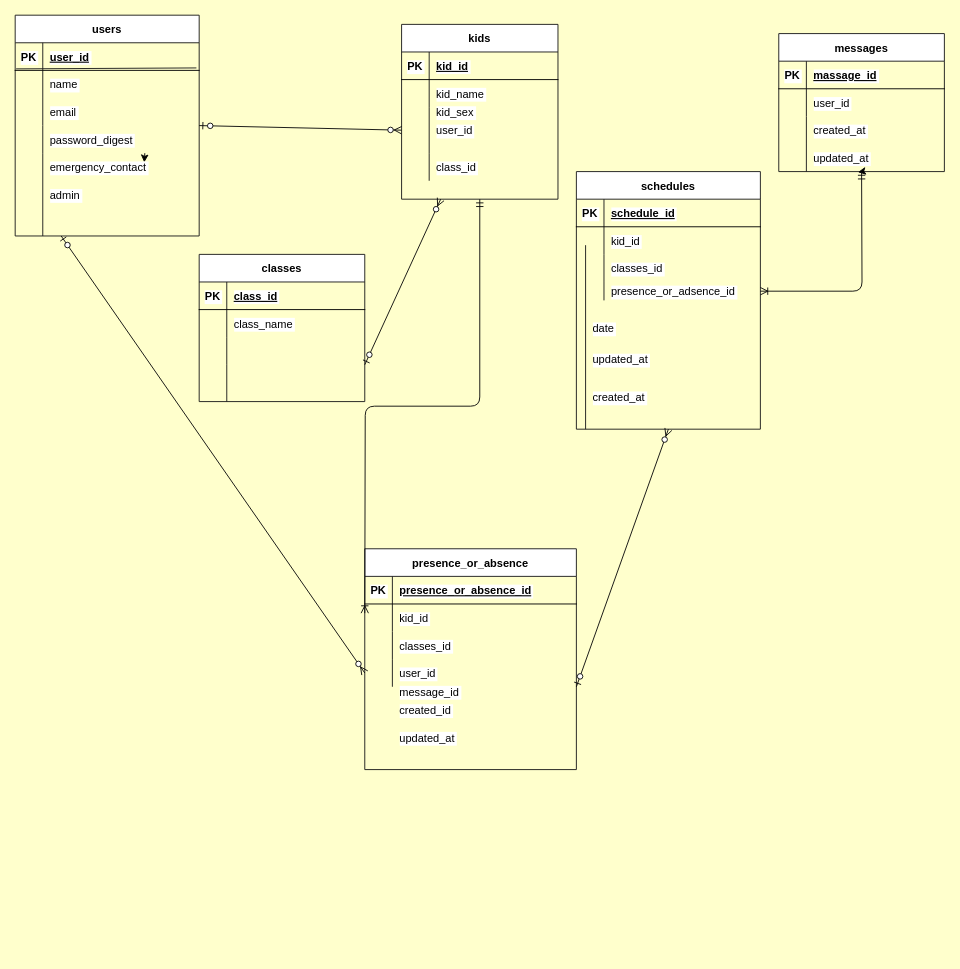
Before: page "ページ1" (1 of 2) of test.drawio in ayaka2209/original_app, a draw.io diagram. Source tidied: cells renumbered, new cells numbered last; positions are measured from the earlier drawing's top-left corner, leaving out a move shared by most shapes. Both pictures are drawn from the tidied source at 92%, with x=0, y=0 at pixel (15, 15).
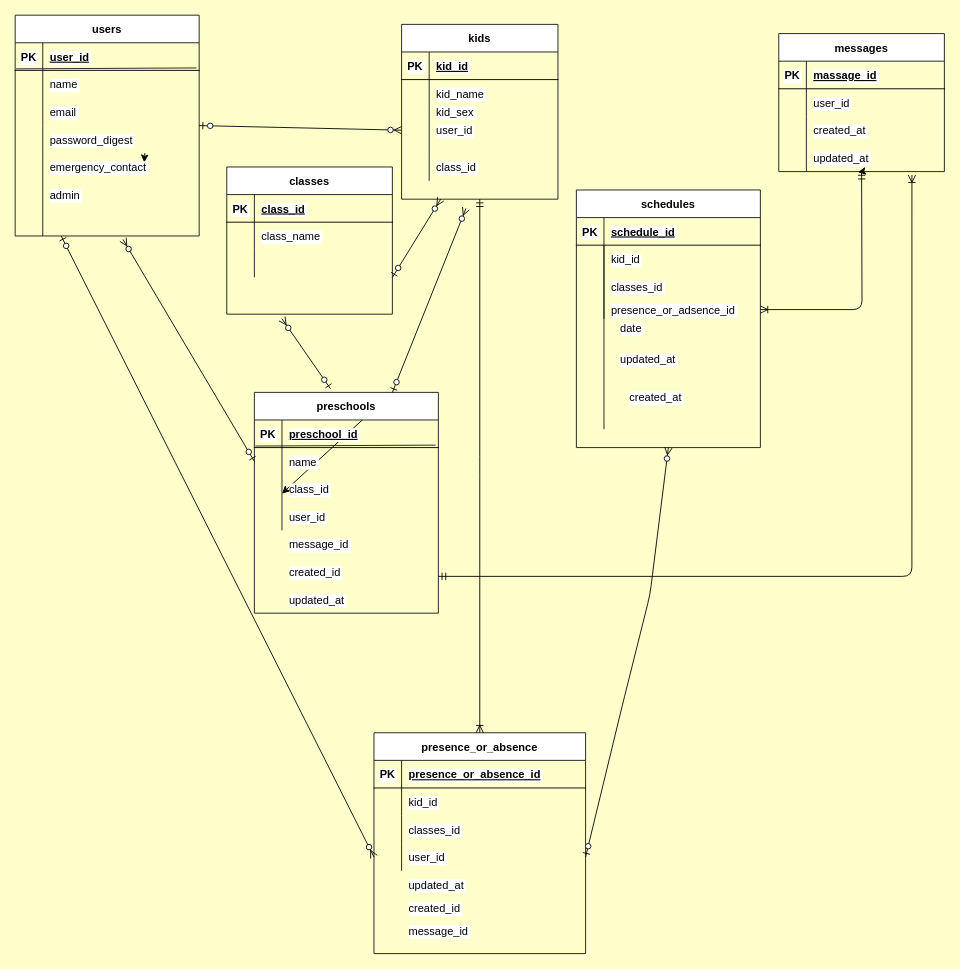
Above is the later version.

Unchanged cells that the change refers to:
```xml
<mxCell id="17" value="kids" style="shape=table;startSize=30;childLayout=tableLayout;rowLines=0;fontStyle=1;align=center;labelBackgroundColor=#FFFFFF;fontColor=#000000;strokeColor=#1A1A1A;" parent="1" vertex="1">
  <mxGeometry x="420" y="10" width="170" height="190" as="geometry" />
</mxCell>
<mxCell id="41" style="shape=partialRectangle;fillColor=none;top=0;left=0;bottom=0;right=0;points=[[0,0.5],[1,0.5]];portConstraint=eastwest;labelBackgroundColor=#FFFFFF;fontColor=#000000;" parent="34" vertex="1">
  <mxGeometry y="90" width="180" height="30" as="geometry" />
</mxCell>
<mxCell id="71" style="shape=partialRectangle;fillColor=none;top=0;left=0;bottom=0;right=0;points=[[0,0.5],[1,0.5]];portConstraint=eastwest;labelBackgroundColor=#FFFFFF;fontColor=#000000;" parent="61" vertex="1">
  <mxGeometry y="120" width="230" height="30" as="geometry" />
</mxCell>
<mxCell id="87" style="shape=partialRectangle;fillColor=none;top=0;left=0;bottom=0;right=0;points=[[0,0.5],[1,0.5]];portConstraint=eastwest;labelBackgroundColor=#FFFFFF;fontColor=#000000;" parent="77" vertex="1">
  <mxGeometry y="120" width="180" height="30" as="geometry" />
</mxCell>
```

Change to the diagram source:
```diff
@@
     <mxCell id="34" value="classes" style="shape=table;startSize=30;childLayout=tableLayout;rowLines=0;fontStyle=1;align=center;labelBackgroundColor=#FFFFFF;fontColor=#000000;strokeColor=#1A1A1A;" parent="1" vertex="1">
-      <mxGeometry x="200" y="260" width="180" height="160" as="geometry" />
+      <mxGeometry x="230" y="165" width="180" height="160" as="geometry" />
     </mxCell>
@@
     <mxCell id="45" value="schedules" style="shape=table;startSize=30;childLayout=tableLayout;rowLines=0;fontStyle=1;align=center;labelBackgroundColor=#FFFFFF;fontColor=#000000;strokeColor=#1A1A1A;" parent="1" vertex="1">
-      <mxGeometry x="610" y="170" width="200" height="280" as="geometry" />
+      <mxGeometry x="610" y="190" width="200" height="280" as="geometry" />
     </mxCell>
@@
     <mxCell id="58" value="date" style="shape=partialRectangle;fillColor=none;top=0;left=0;bottom=0;right=0;align=left;spacingLeft=6;overflow=hidden;labelBackgroundColor=#FFFFFF;fontColor=#000000;" parent="1" vertex="1">
-      <mxGeometry x="620" y="325" width="170" height="30" as="geometry" />
+      <mxGeometry x="650" y="325" width="170" height="30" as="geometry" />
     </mxCell>
     <mxCell id="59" value="created_at" style="shape=partialRectangle;fillColor=none;top=0;left=0;bottom=0;right=0;align=left;spacingLeft=6;overflow=hidden;labelBackgroundColor=#FFFFFF;fontColor=#000000;" parent="1" vertex="1">
-      <mxGeometry x="620" y="400" width="170" height="30" as="geometry" />
+      <mxGeometry x="660" y="400" width="170" height="30" as="geometry" />
     </mxCell>
     <mxCell id="60" value="updated_at" style="shape=partialRectangle;fillColor=none;top=0;left=0;bottom=0;right=0;align=left;spacingLeft=6;overflow=hidden;labelBackgroundColor=#FFFFFF;fontColor=#000000;" parent="1" vertex="1">
-      <mxGeometry x="620" y="359" width="170" height="30" as="geometry" />
+      <mxGeometry x="650" y="359" width="170" height="30" as="geometry" />
     </mxCell>
     <mxCell id="61" value="presence_or_absence" style="shape=table;startSize=30;childLayout=tableLayout;rowLines=0;fontStyle=1;align=center;labelBackgroundColor=#FFFFFF;fontColor=#000000;strokeColor=#1A1A1A;" parent="1" vertex="1">
-      <mxGeometry x="380" y="580" width="230" height="240" as="geometry" />
+      <mxGeometry x="390" y="780" width="230" height="240" as="geometry" />
     </mxCell>
@@
     <mxCell id="74" value="message_id" style="shape=partialRectangle;fillColor=none;top=0;left=0;bottom=0;right=0;align=left;spacingLeft=6;overflow=hidden;labelBackgroundColor=#FFFFFF;fontColor=#000000;" parent="1" vertex="1">
-      <mxGeometry x="410" y="720" width="200" height="30" as="geometry" />
+      <mxGeometry x="420" y="980" width="200" height="30" as="geometry" />
     </mxCell>
     <mxCell id="75" value="created_id" style="shape=partialRectangle;fillColor=none;top=0;left=0;bottom=0;right=0;align=left;spacingLeft=6;overflow=hidden;labelBackgroundColor=#FFFFFF;fontColor=#000000;" parent="1" vertex="1">
-      <mxGeometry x="410" y="740" width="200" height="30" as="geometry" />
+      <mxGeometry x="420" y="960" width="200" height="20" as="geometry" />
     </mxCell>
     <mxCell id="76" value="updated_at" style="shape=partialRectangle;fillColor=none;top=0;left=0;bottom=0;right=0;align=left;spacingLeft=6;overflow=hidden;labelBackgroundColor=#FFFFFF;fontColor=#000000;" parent="1" vertex="1">
-      <mxGeometry x="410" y="770" width="170" height="30" as="geometry" />
+      <mxGeometry x="420" y="930" width="170" height="30" as="geometry" />
     </mxCell>
@@
     <mxCell id="93" style="edgeStyle=orthogonalEdgeStyle;fontSize=12;html=1;endArrow=ERoneToMany;startArrow=ERmandOne;fontColor=#000000;strokeColor=#0A0A0A;exitX=0.5;exitY=1;exitDx=0;exitDy=0;" parent="1" edge="1" source="17">
       <mxGeometry relative="1" as="geometry">
-        <mxPoint x="380" y="650" as="targetPoint" />
+        <mxPoint x="505" y="780" as="targetPoint" />
       </mxGeometry>
     </mxCell>
-    <mxCell id="94" style="fontSize=12;html=1;endArrow=ERzeroToMany;startArrow=ERzeroToOne;fontColor=#000000;strokeColor=#0A0A0A;entryX=0.5;entryY=1;entryDx=0;entryDy=0;" parent="1" edge="1" target="45">
+    <mxCell id="94" style="fontSize=12;html=1;endArrow=ERzeroToMany;startArrow=ERzeroToOne;fontColor=#000000;strokeColor=#0A0A0A;entryX=0.5;entryY=1;entryDx=0;entryDy=0;exitX=1;exitY=0.5;exitDx=0;exitDy=0;" parent="1" edge="1" source="71" target="45">
       <mxGeometry relative="1" as="geometry">
-        <mxPoint x="610" y="730" as="sourcePoint" />
+        <Array as="points">
+          <mxPoint x="660" y="750" />
+          <mxPoint x="690" y="630" />
+        </Array>
       </mxGeometry>
     </mxCell>
@@
-    <mxCell id="96" style="endArrow=none;html=1;strokeColor=#1A1A1A;" parent="1" edge="1" target="41">
-      <mxGeometry relative="1" as="geometry">
-        <mxPoint x="230" y="420" as="sourcePoint" />
-        <Array as="points">
-          <mxPoint x="230" y="380" />
-        </Array>
-      </mxGeometry>
-    </mxCell>
     <mxCell id="97" style="endArrow=none;html=1;strokeColor=#1A1A1A;" parent="1" edge="1">
       <mxGeometry relative="1" as="geometry">
-        <mxPoint x="620" y="250" as="sourcePoint" />
-        <mxPoint x="620" y="450" as="targetPoint" />
+        <mxPoint x="640" y="250" as="sourcePoint" />
+        <mxPoint x="640" y="450" as="targetPoint" />
       </mxGeometry>
     </mxCell>
+    <mxCell id="98" style="edgeStyle=none;html=1;exitX=0.75;exitY=0;exitDx=0;exitDy=0;" parent="1" edge="1" source="99">
+      <mxGeometry relative="1" as="geometry">
+        <mxPoint x="290" y="520" as="targetPoint" />
+      </mxGeometry>
+    </mxCell>
+    <mxCell id="99" value="preschools" style="shape=table;startSize=30;childLayout=tableLayout;rowLines=0;fontStyle=1;align=center;labelBackgroundColor=#FFFFFF;fontColor=#000000;strokeColor=#1A1A1A;" parent="1" vertex="1">
+      <mxGeometry x="260" y="410" width="200" height="240" as="geometry" />
+    </mxCell>
+    <mxCell id="100" style="shape=partialRectangle;fillColor=none;top=0;left=0;bottom=1;right=0;labelBackgroundColor=#FFFFFF;fontColor=#000000;" parent="99" vertex="1">
+      <mxGeometry y="30" width="200" height="30" as="geometry" />
+    </mxCell>
+    <mxCell id="101" value="PK" style="shape=partialRectangle;fillColor=none;top=0;left=0;bottom=0;right=0;fontStyle=1;overflow=hidden;labelBackgroundColor=#FFFFFF;fontColor=#000000;" parent="100" vertex="1">
+      <mxGeometry width="30" height="30" as="geometry" />
+    </mxCell>
+    <mxCell id="102" value="preschool_id" style="shape=partialRectangle;fillColor=none;top=0;left=0;bottom=0;right=0;align=left;spacingLeft=6;fontStyle=5;overflow=hidden;labelBackgroundColor=#FFFFFF;fontColor=#000000;strokeColor=#1A1A1A;" parent="100" vertex="1">
+      <mxGeometry x="30" width="170" height="30" as="geometry" />
+    </mxCell>
+    <mxCell id="103" style="shape=partialRectangle;fillColor=none;top=0;left=0;bottom=0;right=0;points=[[0,0.5],[1,0.5]];portConstraint=eastwest;labelBackgroundColor=#FFFFFF;fontColor=#000000;" parent="99" vertex="1">
+      <mxGeometry y="60" width="200" height="30" as="geometry" />
+    </mxCell>
+    <mxCell id="104" style="shape=partialRectangle;fillColor=none;top=0;left=0;bottom=0;right=0;overflow=hidden;labelBackgroundColor=#FFFFFF;fontColor=#000000;strokeColor=#1A1A1A;" parent="103" vertex="1">
+      <mxGeometry width="30" height="30" as="geometry" />
+    </mxCell>
+    <mxCell id="105" value="name" style="shape=partialRectangle;fillColor=none;top=0;left=0;bottom=0;right=0;align=left;spacingLeft=6;overflow=hidden;labelBackgroundColor=#FFFFFF;fontColor=#000000;" parent="103" vertex="1">
+      <mxGeometry x="30" width="170" height="30" as="geometry" />
+    </mxCell>
+    <mxCell id="106" style="shape=partialRectangle;fillColor=none;top=0;left=0;bottom=0;right=0;labelBackgroundColor=#FFFFFF;fontColor=#000000;" parent="99" vertex="1">
+      <mxGeometry y="90" width="200" height="30" as="geometry" />
+    </mxCell>
+    <mxCell id="107" style="shape=partialRectangle;fillColor=none;top=0;left=0;bottom=0;right=0;overflow=hidden;labelBackgroundColor=#FFFFFF;fontColor=#000000;" parent="106" vertex="1">
+      <mxGeometry width="30" height="30" as="geometry" />
+    </mxCell>
+    <mxCell id="108" value="class_id" style="shape=partialRectangle;fillColor=none;top=0;left=0;bottom=0;right=0;align=left;spacingLeft=6;overflow=hidden;labelBackgroundColor=#FFFFFF;fontColor=#000000;" parent="106" vertex="1">
+      <mxGeometry x="30" width="170" height="30" as="geometry" />
+    </mxCell>
+    <mxCell id="109" style="shape=partialRectangle;fillColor=none;top=0;left=0;bottom=0;right=0;labelBackgroundColor=#FFFFFF;fontColor=#000000;" parent="99" vertex="1">
+      <mxGeometry y="120" width="200" height="30" as="geometry" />
+    </mxCell>
+    <mxCell id="110" style="shape=partialRectangle;fillColor=none;top=0;left=0;bottom=0;right=0;overflow=hidden;labelBackgroundColor=#FFFFFF;fontColor=#000000;" parent="109" vertex="1">
+      <mxGeometry width="30" height="30" as="geometry" />
+    </mxCell>
+    <mxCell id="111" value="user_id" style="shape=partialRectangle;fillColor=none;top=0;left=0;bottom=0;right=0;align=left;spacingLeft=6;overflow=hidden;labelBackgroundColor=#FFFFFF;fontColor=#000000;" parent="109" vertex="1">
+      <mxGeometry x="30" width="170" height="30" as="geometry" />
+    </mxCell>
+    <mxCell id="112" style="endArrow=none;html=1;strokeColor=#1A1A1A;entryX=0.985;entryY=-0.089;entryDx=0;entryDy=0;entryPerimeter=0;exitX=0.005;exitY=-0.055;exitDx=0;exitDy=0;exitPerimeter=0;" parent="99" edge="1" source="103" target="103">
+      <mxGeometry relative="1" as="geometry" />
+    </mxCell>
+    <mxCell id="113" value="message_id" style="shape=partialRectangle;fillColor=none;top=0;left=0;bottom=0;right=0;align=left;spacingLeft=6;overflow=hidden;labelBackgroundColor=#FFFFFF;fontColor=#000000;" parent="1" vertex="1">
+      <mxGeometry x="290" y="560" width="170" height="30" as="geometry" />
+    </mxCell>
+    <mxCell id="114" value="created_id" style="shape=partialRectangle;fillColor=none;top=0;left=0;bottom=0;right=0;align=left;spacingLeft=6;overflow=hidden;labelBackgroundColor=#FFFFFF;fontColor=#000000;" parent="1" vertex="1">
+      <mxGeometry x="290" y="590" width="200" height="30" as="geometry" />
+    </mxCell>
+    <mxCell id="115" value="updated_at" style="shape=partialRectangle;fillColor=none;top=0;left=0;bottom=0;right=0;align=left;spacingLeft=6;overflow=hidden;labelBackgroundColor=#FFFFFF;fontColor=#000000;" parent="1" vertex="1">
+      <mxGeometry x="290" y="620" width="170" height="30" as="geometry" />
+    </mxCell>
+    <mxCell id="116" style="fontSize=12;html=1;endArrow=ERzeroToMany;startArrow=ERzeroToOne;fontColor=#000000;strokeColor=#0A0A0A;exitX=0.414;exitY=-0.016;exitDx=0;exitDy=0;exitPerimeter=0;" parent="1" edge="1" source="99">
+      <mxGeometry relative="1" as="geometry">
+        <mxPoint x="290" y="330" as="targetPoint" />
+      </mxGeometry>
+    </mxCell>
+    <mxCell id="117" style="fontSize=12;html=1;endArrow=ERzeroToMany;startArrow=ERzeroToOne;fontColor=#000000;strokeColor=#0A0A0A;exitX=0;exitY=0.5;exitDx=0;exitDy=0;" parent="1" edge="1" source="103">
+      <mxGeometry relative="1" as="geometry">
+        <mxPoint x="117.2" y="243.8" as="targetPoint" />
+      </mxGeometry>
+    </mxCell>
+    <mxCell id="118" style="fontSize=12;html=1;endArrow=ERzeroToMany;startArrow=ERzeroToOne;fontColor=#000000;strokeColor=#0A0A0A;exitX=0.75;exitY=0;exitDx=0;exitDy=0;" parent="1" edge="1" source="99">
+      <mxGeometry relative="1" as="geometry">
+        <mxPoint x="490" y="210" as="targetPoint" />
+      </mxGeometry>
+    </mxCell>
+    <mxCell id="119" style="edgeStyle=orthogonalEdgeStyle;fontSize=12;html=1;endArrow=ERoneToMany;startArrow=ERmandOne;fontColor=#000000;strokeColor=#0A0A0A;entryX=0.804;entryY=1.126;entryDx=0;entryDy=0;entryPerimeter=0;" parent="1" edge="1" target="87">
+      <mxGeometry relative="1" as="geometry">
+        <mxPoint x="460" y="610" as="sourcePoint" />
+        <Array as="points">
+          <mxPoint x="975" y="610" />
+        </Array>
+      </mxGeometry>
+    </mxCell>
```
